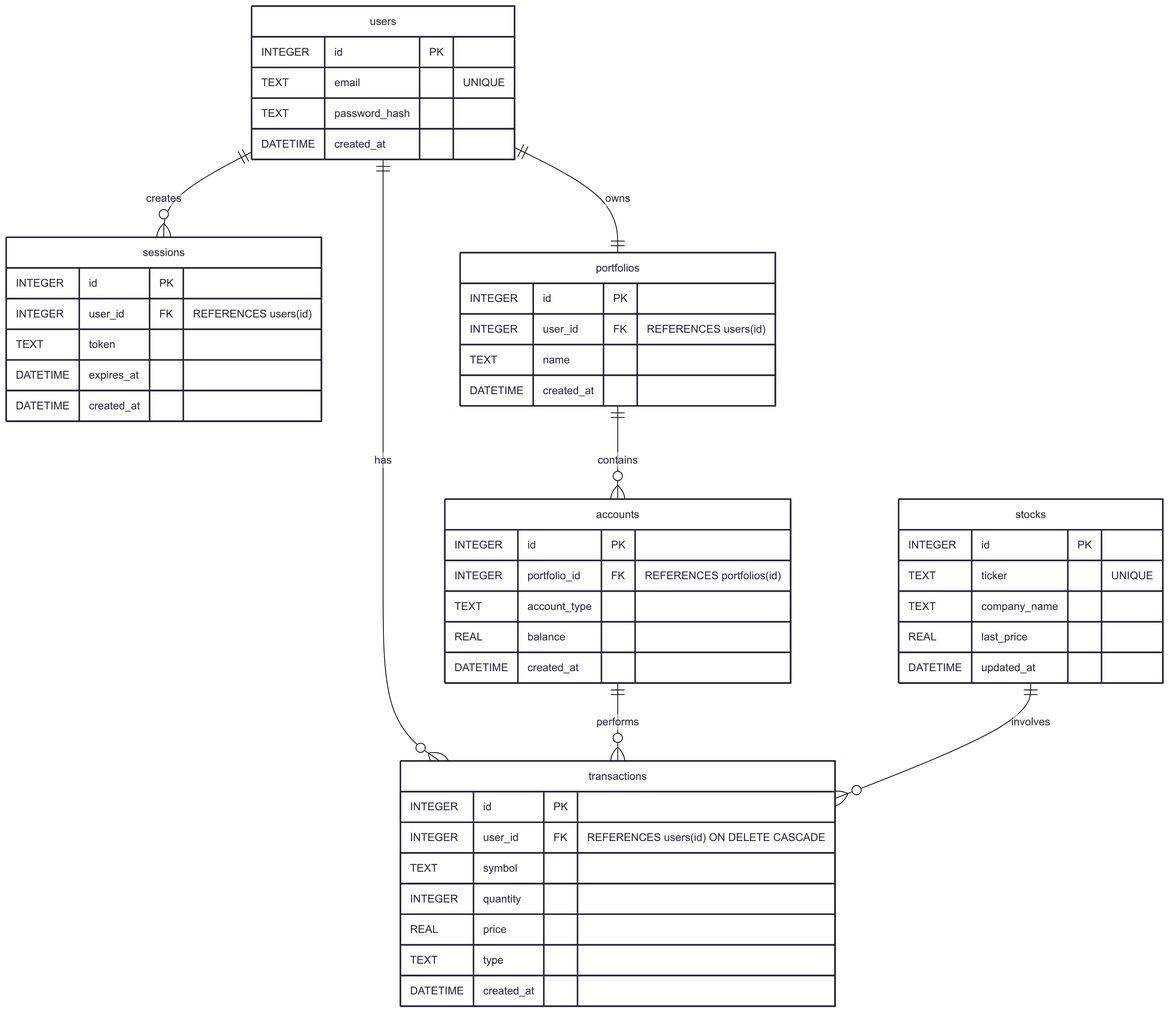
This is docs/erd/full-schema.png from DavJesse/stock-folio, a Mermaid export, as it was before one commit. Its source is kept beside it as docs/erd/full-schema.mmd.
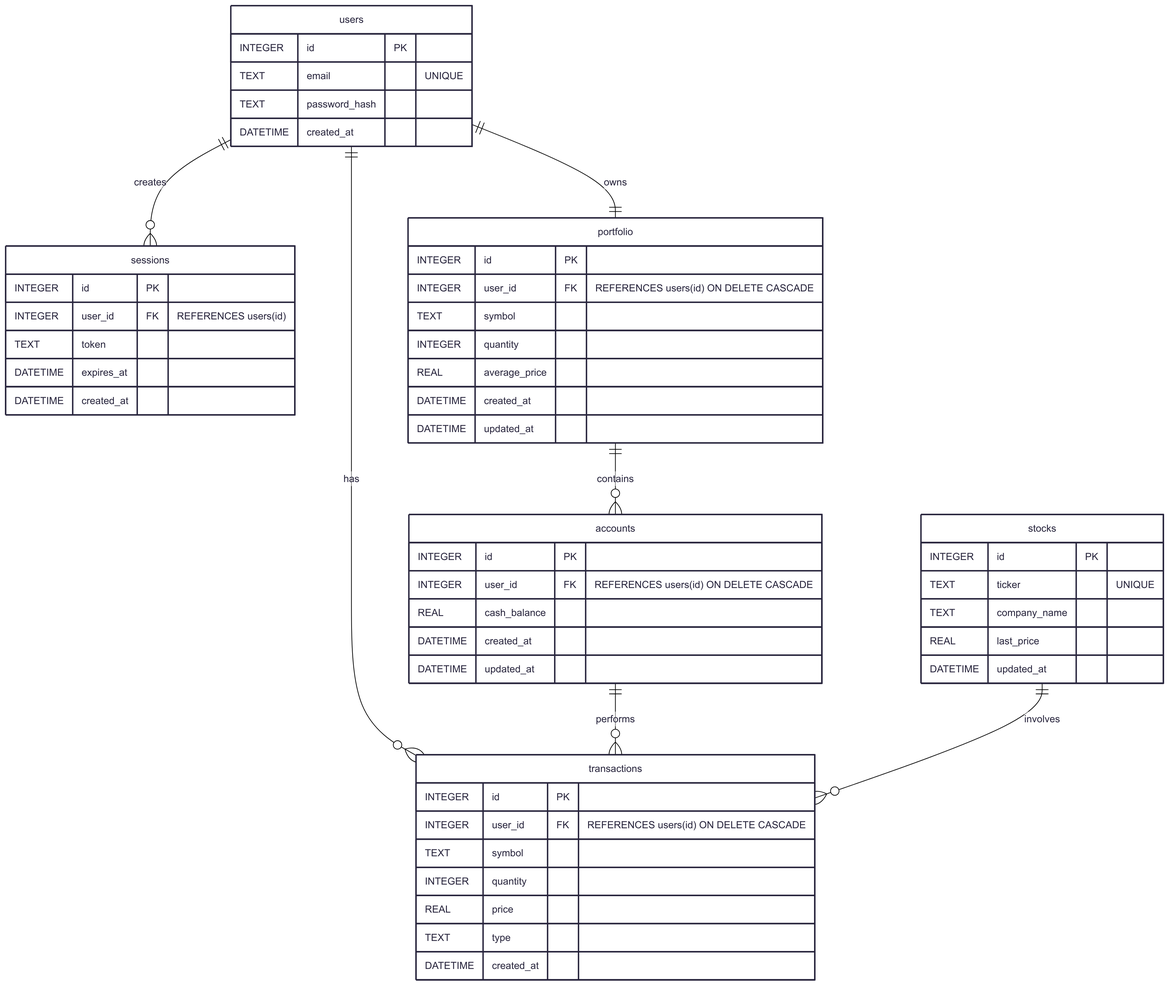
The same diagram one commit later.

Commit message:
docs: update accounts and portfolio tables in full schema erd diagrams (#12.2)

What changed in the source:
```diff
@@ -2,8 +2,8 @@
 
     users ||--o{ transactions : has
     users ||--o{ sessions : creates
-    users ||--|| portfolios : owns
-    portfolios ||--o{ accounts : contains
+    users ||--|| portfolio : owns
+    portfolio ||--o{ accounts : contains
     accounts ||--o{ transactions : performs
     stocks ||--o{ transactions : involves
 
@@ -15,19 +15,22 @@
         DATETIME created_at
     }
 
-    portfolios {
-        INTEGER id PK
-        INTEGER user_id FK "REFERENCES users(id)"
-        TEXT name
-        DATETIME created_at
+    portfolio {
+      INTEGER id PK
+      INTEGER user_id FK "REFERENCES users(id) ON DELETE CASCADE"
+      TEXT symbol
+      INTEGER quantity
+      REAL average_price
+      DATETIME created_at
+      DATETIME updated_at
     }
 
     accounts {
-        INTEGER id PK
-        INTEGER portfolio_id FK "REFERENCES portfolios(id)"
-        TEXT account_type
-        REAL balance
-        DATETIME created_at
+      INTEGER id PK
+      INTEGER user_id FK "REFERENCES users(id) ON DELETE CASCADE"
+      REAL cash_balance
+      DATETIME created_at
+      DATETIME updated_at
     }
 
     sessions {
```
